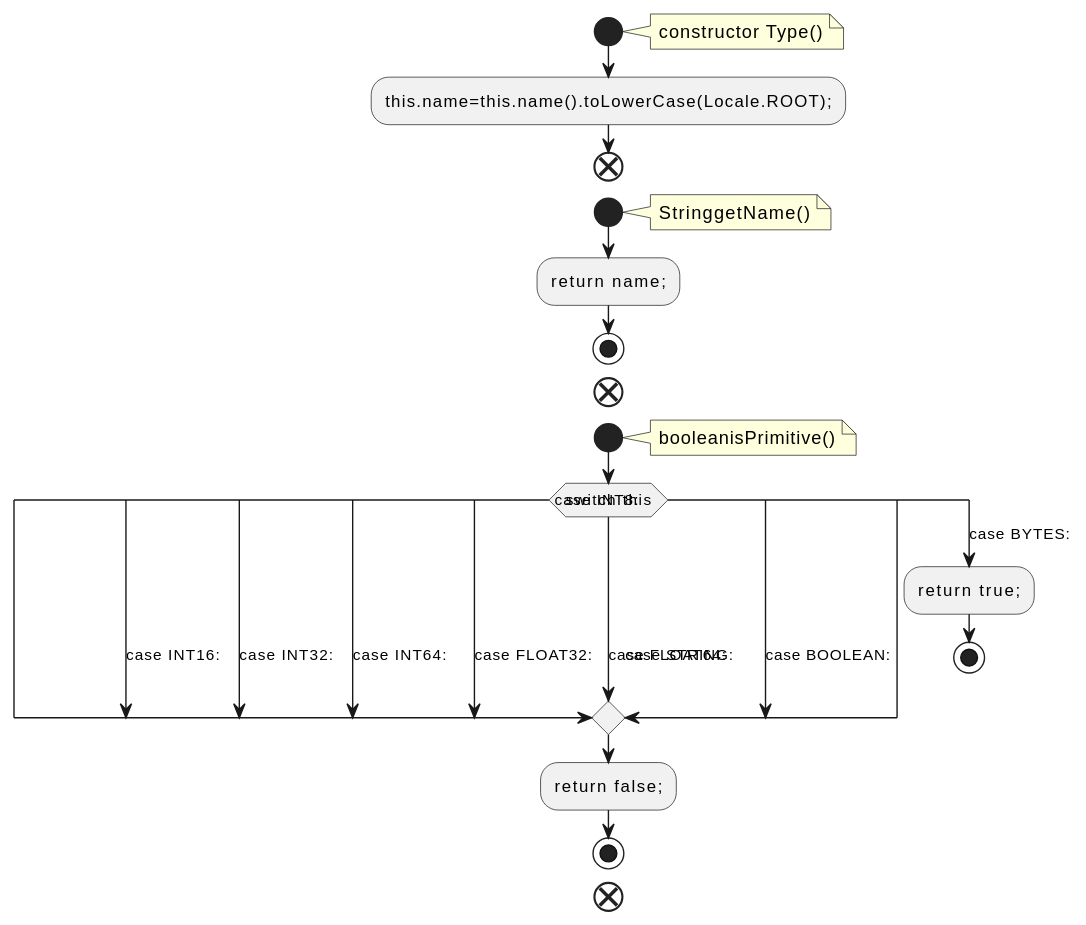
The PlantUML diagram docs/qc/connect/api/src/main/java/org/apache/kafka/connect/data/Schema.java.fct.svg in qualitesys/kafka, before a commit.
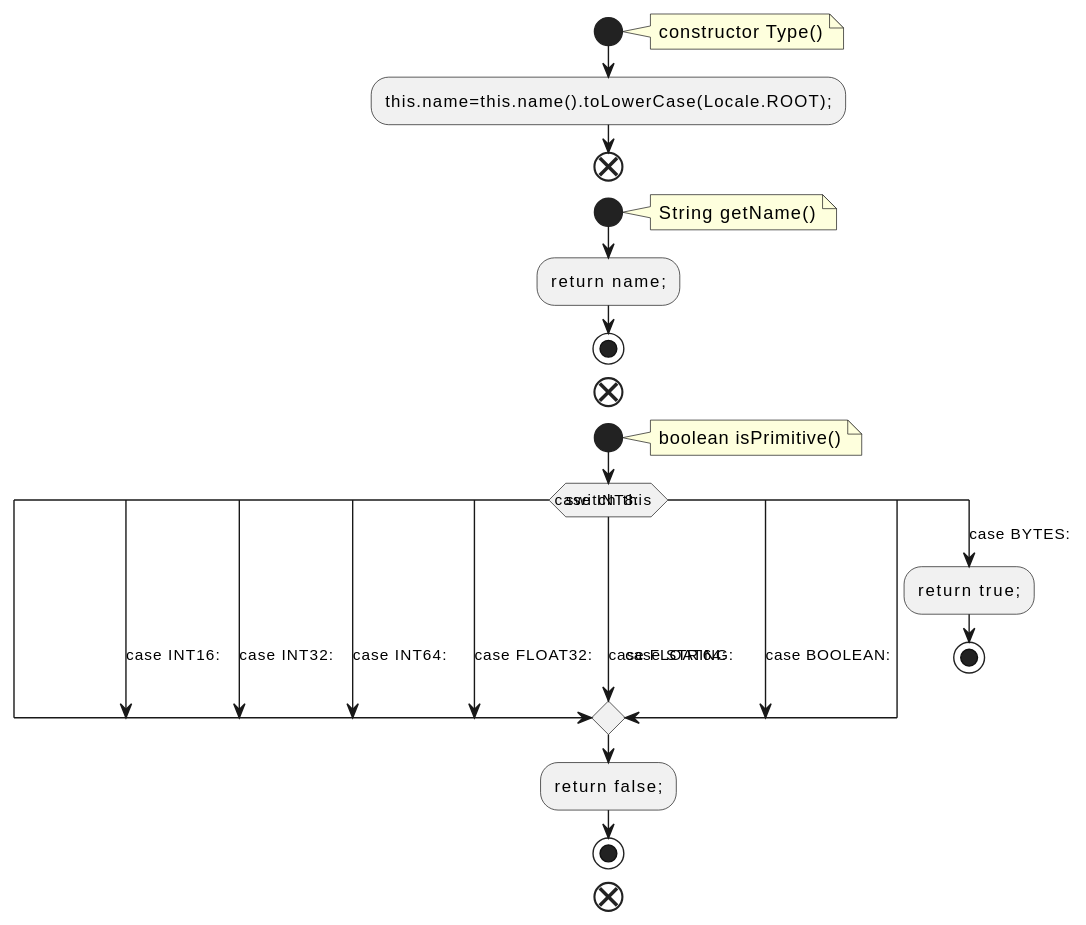
The same file after the commit.

What changed in the source:
```diff
@@ -8,14 +8,14 @@
 end
 start
 note right
-StringgetName()
+String getName()
 end note
 :return name;;
 stop
 end
 start
 note right
-booleanisPrimitive()
+boolean isPrimitive()
 end note
 switch (switch this)
 case (case INT8:)
```
